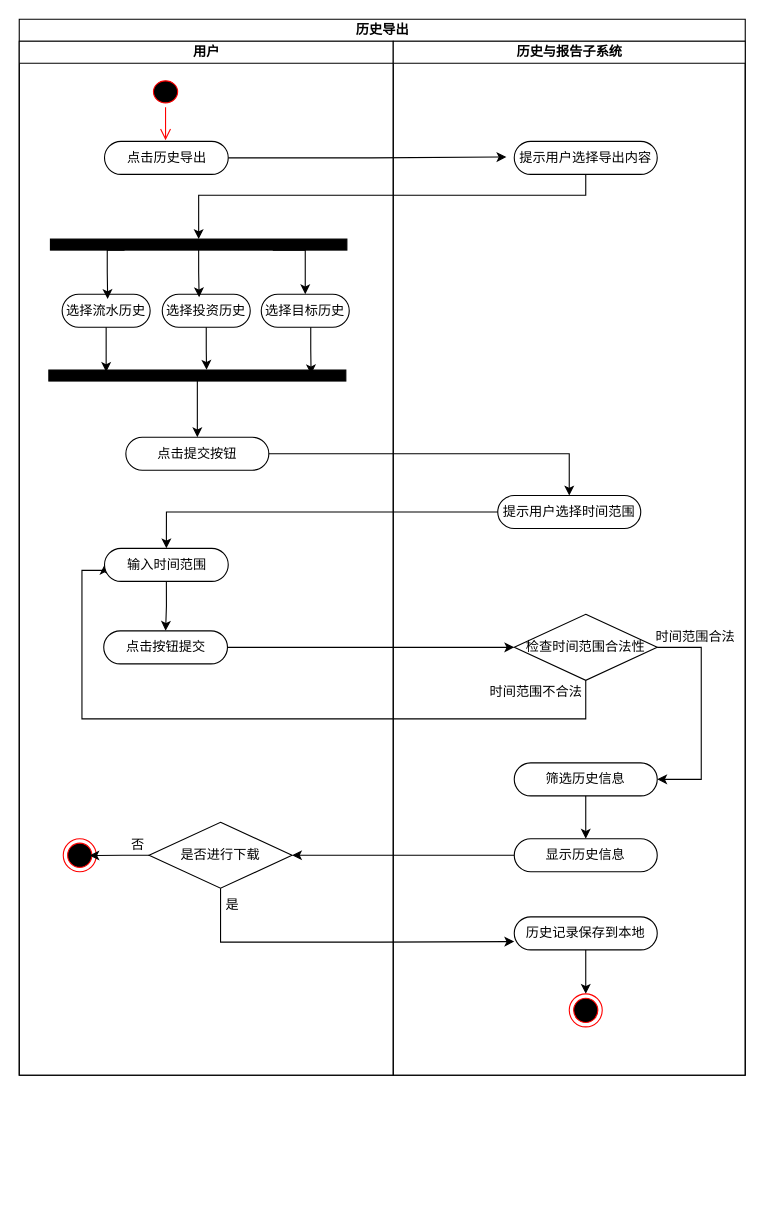
The draw.io diagram 生成报告活动图.drawio in PomeloLemon/SoftwareDiagrams, before the edit. Source tidied: cells renumbered, new cells numbered last; positions are measured from the earlier drawing's top-left corner, leaving out a move shared by most shapes. Both pictures are drawn from the tidied source at 110%, with x=0, y=0 at pixel (19, 19).
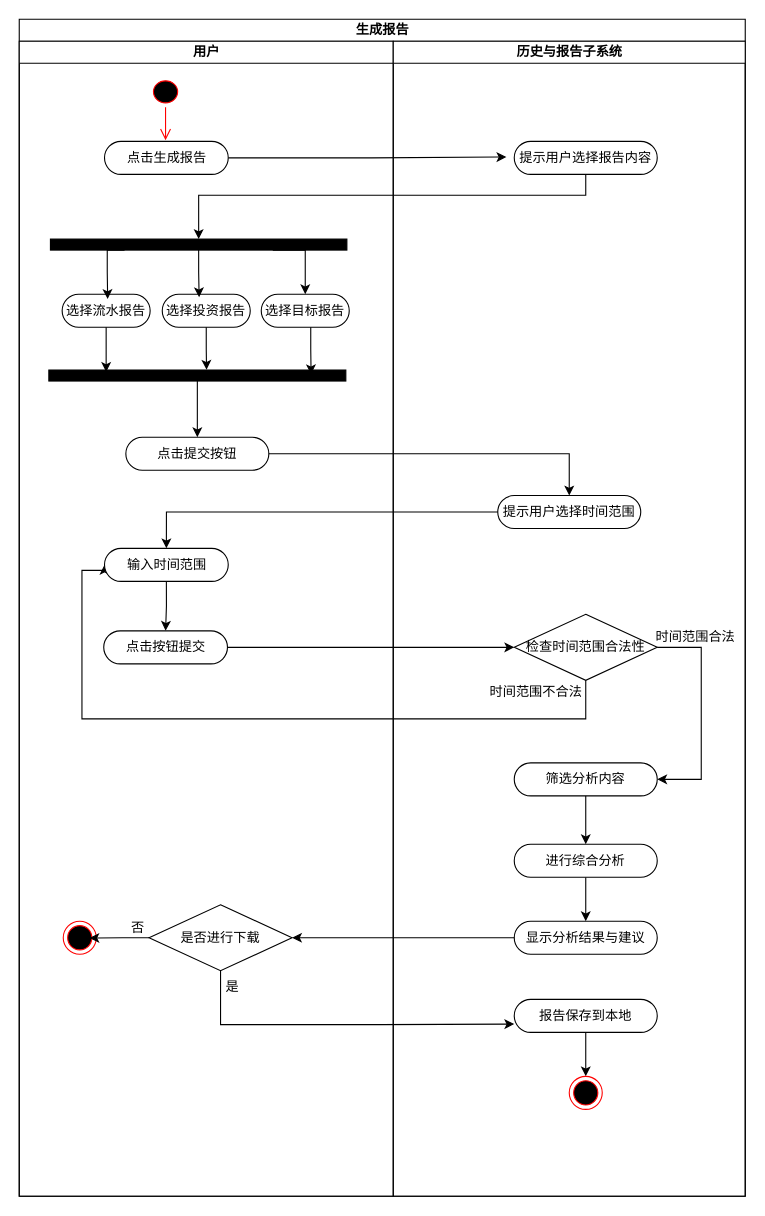
After the change.

Commit message:
更新生成报告活动图.drawio

Change to the diagram source:
```diff
@@
-    <mxCell id="2" value="历史导出" style="swimlane;startSize=20;html=1;" parent="1" vertex="1">
-      <mxGeometry width="660" height="960" as="geometry" />
+    <mxCell id="2" value="生成报告" style="swimlane;startSize=20;html=1;" parent="1" vertex="1">
+      <mxGeometry width="660" height="1070" as="geometry" />
     </mxCell>
@@
     <mxCell id="6" value="用户" style="swimlane;startSize=20;html=1;" parent="2" vertex="1">
-      <mxGeometry y="20" width="340" height="940" as="geometry" />
+      <mxGeometry y="20" width="340" height="1050" as="geometry" />
     </mxCell>
@@
-    <mxCell id="9" value="点击历史导出" style="rounded=1;whiteSpace=wrap;html=1;shadow=0;comic=0;labelBackgroundColor=none;strokeWidth=1;fontFamily=Verdana;fontSize=12;align=center;arcSize=50;" parent="6" vertex="1">
+    <mxCell id="9" value="点击生成报告" style="rounded=1;whiteSpace=wrap;html=1;shadow=0;comic=0;labelBackgroundColor=none;strokeWidth=1;fontFamily=Verdana;fontSize=12;align=center;arcSize=50;" parent="6" vertex="1">
       <mxGeometry x="77.5" y="91" width="112.5" height="30" as="geometry" />
     </mxCell>
@@
     <mxCell id="18" value="是否进行下载" style="rhombus;whiteSpace=wrap;html=1;" parent="6" vertex="1">
-      <mxGeometry x="118" y="710" width="130" height="60" as="geometry" />
+      <mxGeometry x="118" y="785" width="130" height="60" as="geometry" />
     </mxCell>
     <mxCell id="19" value="是" style="text;html=1;strokeColor=none;fillColor=none;align=center;verticalAlign=middle;whiteSpace=wrap;rounded=0;" parent="6" vertex="1">
-      <mxGeometry x="164" y="770" width="60" height="30" as="geometry" />
+      <mxGeometry x="164" y="845" width="60" height="30" as="geometry" />
     </mxCell>
     <mxCell id="20" style="ellipse;html=1;shape=endState;fillColor=#000000;strokeColor=#ff0000;" parent="6" vertex="1">
-      <mxGeometry x="40" y="725" width="30" height="30" as="geometry" />
+      <mxGeometry x="40" y="800" width="30" height="30" as="geometry" />
     </mxCell>
@@
     <mxCell id="22" value="否" style="text;html=1;strokeColor=none;fillColor=none;align=center;verticalAlign=middle;whiteSpace=wrap;rounded=0;" parent="6" vertex="1">
-      <mxGeometry x="77.7" y="716" width="60" height="30" as="geometry" />
+      <mxGeometry x="77.7" y="791" width="60" height="30" as="geometry" />
     </mxCell>
-    <mxCell id="23" value="选择流水历史" style="rounded=1;whiteSpace=wrap;html=1;shadow=0;comic=0;labelBackgroundColor=none;strokeWidth=1;fontFamily=Verdana;fontSize=12;align=center;arcSize=50;" parent="6" vertex="1">
+    <mxCell id="23" value="选择流水报告" style="rounded=1;whiteSpace=wrap;html=1;shadow=0;comic=0;labelBackgroundColor=none;strokeWidth=1;fontFamily=Verdana;fontSize=12;align=center;arcSize=50;" parent="6" vertex="1">
       <mxGeometry x="39" y="230" width="80" height="30" as="geometry" />
     </mxCell>
-    <mxCell id="24" value="选择投资历史" style="rounded=1;whiteSpace=wrap;html=1;shadow=0;comic=0;labelBackgroundColor=none;strokeWidth=1;fontFamily=Verdana;fontSize=12;align=center;arcSize=50;" parent="6" vertex="1">
+    <mxCell id="24" value="选择投资报告" style="rounded=1;whiteSpace=wrap;html=1;shadow=0;comic=0;labelBackgroundColor=none;strokeWidth=1;fontFamily=Verdana;fontSize=12;align=center;arcSize=50;" parent="6" vertex="1">
       <mxGeometry x="130" y="230" width="80" height="30" as="geometry" />
     </mxCell>
-    <mxCell id="25" value="选择目标历史" style="rounded=1;whiteSpace=wrap;html=1;shadow=0;comic=0;labelBackgroundColor=none;strokeWidth=1;fontFamily=Verdana;fontSize=12;align=center;arcSize=50;" parent="6" vertex="1">
+    <mxCell id="25" value="选择目标报告" style="rounded=1;whiteSpace=wrap;html=1;shadow=0;comic=0;labelBackgroundColor=none;strokeWidth=1;fontFamily=Verdana;fontSize=12;align=center;arcSize=50;" parent="6" vertex="1">
       <mxGeometry x="220" y="230" width="80" height="30" as="geometry" />
     </mxCell>
@@
     <mxCell id="31" value="历史与报告子系统" style="swimlane;startSize=20;html=1;" parent="2" vertex="1">
-      <mxGeometry x="340" y="20" width="320" height="940" as="geometry" />
+      <mxGeometry x="340" y="20" width="320" height="1050" as="geometry" />
     </mxCell>
-    <mxCell id="32" value="提示用户选择导出内容" style="rounded=1;whiteSpace=wrap;html=1;shadow=0;comic=0;labelBackgroundColor=none;strokeWidth=1;fontFamily=Verdana;fontSize=12;align=center;arcSize=50;" parent="31" vertex="1">
+    <mxCell id="32" value="提示用户选择报告内容" style="rounded=1;whiteSpace=wrap;html=1;shadow=0;comic=0;labelBackgroundColor=none;strokeWidth=1;fontFamily=Verdana;fontSize=12;align=center;arcSize=50;" parent="31" vertex="1">
       <mxGeometry x="110" y="91" width="130" height="30" as="geometry" />
     </mxCell>
@@
-    <mxCell id="36" style="edgeStyle=orthogonalEdgeStyle;rounded=0;jettySize=auto;html=1;exitX=0.5;exitY=1;exitDx=0;exitDy=0;entryX=0.5;entryY=0;entryDx=0;entryDy=0;" parent="31" edge="1" source="37" target="39">
-      <mxGeometry relative="1" as="geometry" />
-    </mxCell>
+    <mxCell id="49" style="edgeStyle=orthogonalEdgeStyle;rounded=0;jettySize=auto;html=1;" parent="31" edge="1" source="37" target="51">
+      <mxGeometry relative="1" as="geometry" />
+    </mxCell>
-    <mxCell id="37" value="筛选历史信息" style="rounded=1;whiteSpace=wrap;html=1;shadow=0;comic=0;labelBackgroundColor=none;strokeWidth=1;fontFamily=Verdana;fontSize=12;align=center;arcSize=50;" parent="31" vertex="1">
+    <mxCell id="37" value="筛选分析内容" style="rounded=1;whiteSpace=wrap;html=1;shadow=0;comic=0;labelBackgroundColor=none;strokeWidth=1;fontFamily=Verdana;fontSize=12;align=center;arcSize=50;" parent="31" vertex="1">
       <mxGeometry x="110" y="656" width="130" height="30" as="geometry" />
     </mxCell>
@@
-    <mxCell id="39" value="显示历史信息" style="rounded=1;whiteSpace=wrap;html=1;shadow=0;comic=0;labelBackgroundColor=none;strokeWidth=1;fontFamily=Verdana;fontSize=12;align=center;arcSize=50;" parent="31" vertex="1">
-      <mxGeometry x="110" y="725" width="130" height="30" as="geometry" />
+    <mxCell id="39" value="显示分析结果与建议" style="rounded=1;whiteSpace=wrap;html=1;shadow=0;comic=0;labelBackgroundColor=none;strokeWidth=1;fontFamily=Verdana;fontSize=12;align=center;arcSize=50;" parent="31" vertex="1">
+      <mxGeometry x="110" y="800" width="130" height="30" as="geometry" />
     </mxCell>
@@
-    <mxCell id="41" value="历史记录保存到本地" style="rounded=1;whiteSpace=wrap;html=1;shadow=0;comic=0;labelBackgroundColor=none;strokeWidth=1;fontFamily=Verdana;fontSize=12;align=center;arcSize=50;" parent="31" vertex="1">
-      <mxGeometry x="110" y="796" width="130" height="30" as="geometry" />
+    <mxCell id="41" value="报告保存到本地" style="rounded=1;whiteSpace=wrap;html=1;shadow=0;comic=0;labelBackgroundColor=none;strokeWidth=1;fontFamily=Verdana;fontSize=12;align=center;arcSize=50;" parent="31" vertex="1">
+      <mxGeometry x="110" y="871" width="130" height="30" as="geometry" />
     </mxCell>
     <mxCell id="42" style="ellipse;html=1;shape=endState;fillColor=#000000;strokeColor=#ff0000;" parent="31" vertex="1">
-      <mxGeometry x="160" y="866" width="30" height="30" as="geometry" />
+      <mxGeometry x="160" y="941" width="30" height="30" as="geometry" />
     </mxCell>
@@
+    <mxCell id="50" style="edgeStyle=orthogonalEdgeStyle;rounded=0;jettySize=auto;html=1;" parent="31" edge="1" source="51" target="39">
+      <mxGeometry relative="1" as="geometry" />
+    </mxCell>
+    <mxCell id="51" value="进行综合分析" style="rounded=1;whiteSpace=wrap;html=1;shadow=0;comic=0;labelBackgroundColor=none;strokeWidth=1;fontFamily=Verdana;fontSize=12;align=center;arcSize=50;" parent="31" vertex="1">
+      <mxGeometry x="110" y="730" width="130" height="30" as="geometry" />
+    </mxCell>
@@
     <mxCell id="47" style="edgeStyle=orthogonalEdgeStyle;rounded=0;jettySize=auto;html=1;entryX=0;entryY=0.75;entryDx=0;entryDy=0;" parent="2" edge="1" source="18" target="41">
       <mxGeometry relative="1" as="geometry">
         <Array as="points">
-          <mxPoint x="183" y="839" />
-          <mxPoint x="328" y="839" />
+          <mxPoint x="183" y="914" />
+          <mxPoint x="328" y="914" />
         </Array>
       </mxGeometry>
     </mxCell>
```
